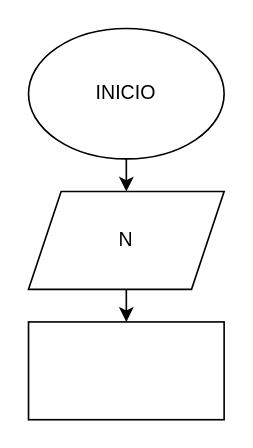
KarenCortes2224652/Ejercicios-For keeps this draw.io diagram as Lanzar un dado/diagrama.drawio. Above is the earlier version. Source tidied: cells renumbered, new cells numbered last; positions are measured from the earlier drawing's top-left corner, leaving out a move shared by most shapes. Both pictures are drawn from the tidied source at 163%, with x=0, y=0 at pixel (28, 28).
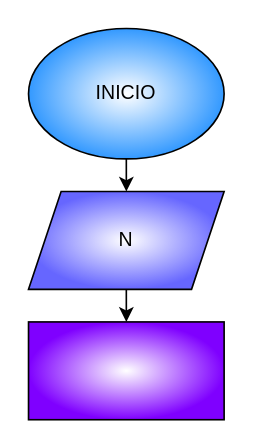
Above is the later version.

What changed in the source:
```diff
@@
 <mxGraphModel>
   <root>
     <mxCell id="0" />
     <mxCell id="1" parent="0" />
     <mxCell id="2" style="edgeStyle=none;html=1;" parent="1" edge="1" source="3" target="5">
       <mxGeometry relative="1" as="geometry" />
     </mxCell>
-    <mxCell id="3" value="INICIO" style="ellipse;whiteSpace=wrap;html=1;" parent="1" vertex="1">
+    <mxCell id="3" value="INICIO" style="ellipse;whiteSpace=wrap;html=1;gradientColor=#3399FF;gradientDirection=radial;" parent="1" vertex="1">
       <mxGeometry width="120" height="80" as="geometry" />
     </mxCell>
     <mxCell id="4" style="edgeStyle=none;html=1;" parent="1" edge="1" source="5" target="6">
       <mxGeometry relative="1" as="geometry" />
     </mxCell>
-    <mxCell id="5" value="N" style="shape=parallelogram;perimeter=parallelogramPerimeter;whiteSpace=wrap;html=1;fixedSize=1;" parent="1" vertex="1">
+    <mxCell id="5" value="N" style="shape=parallelogram;perimeter=parallelogramPerimeter;whiteSpace=wrap;html=1;fixedSize=1;gradientColor=#6666FF;gradientDirection=radial;" parent="1" vertex="1">
       <mxGeometry y="100" width="120" height="60" as="geometry" />
     </mxCell>
-    <mxCell id="6" style="whiteSpace=wrap;html=1;" parent="1" vertex="1">
+    <mxCell id="6" style="whiteSpace=wrap;html=1;gradientColor=#7F00FF;gradientDirection=radial;" parent="1" vertex="1">
       <mxGeometry y="180" width="120" height="60" as="geometry" />
     </mxCell>
   </root>
 </mxGraphModel>
```
